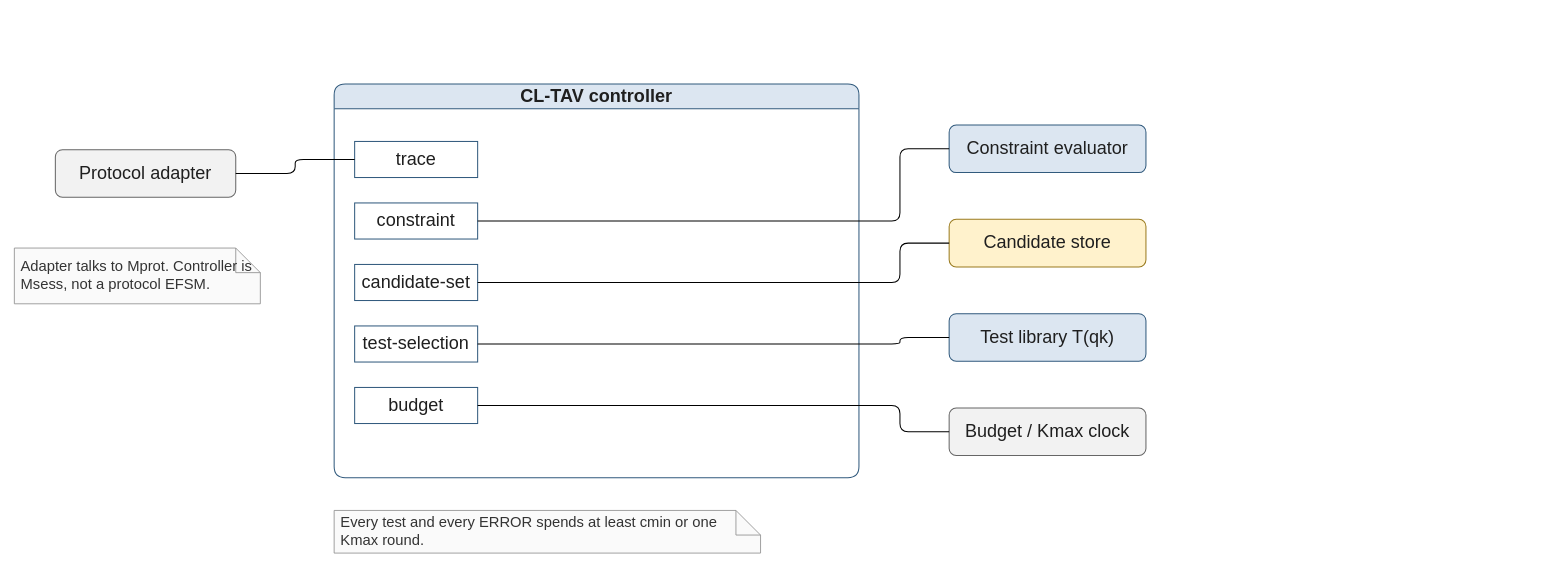
Before: docs/research/publication/models/drawio/FIG-CL-TAV-04-ibd.drawio in ZhangChi0727/arinc-615a-conformance, a draw.io diagram. Source tidied: cells renumbered, new cells numbered last; positions are measured from the earlier drawing's top-left corner, leaving out a move shared by most shapes. Both pictures are drawn from the tidied source at 82%, with x=0, y=0 at pixel (14, 84).
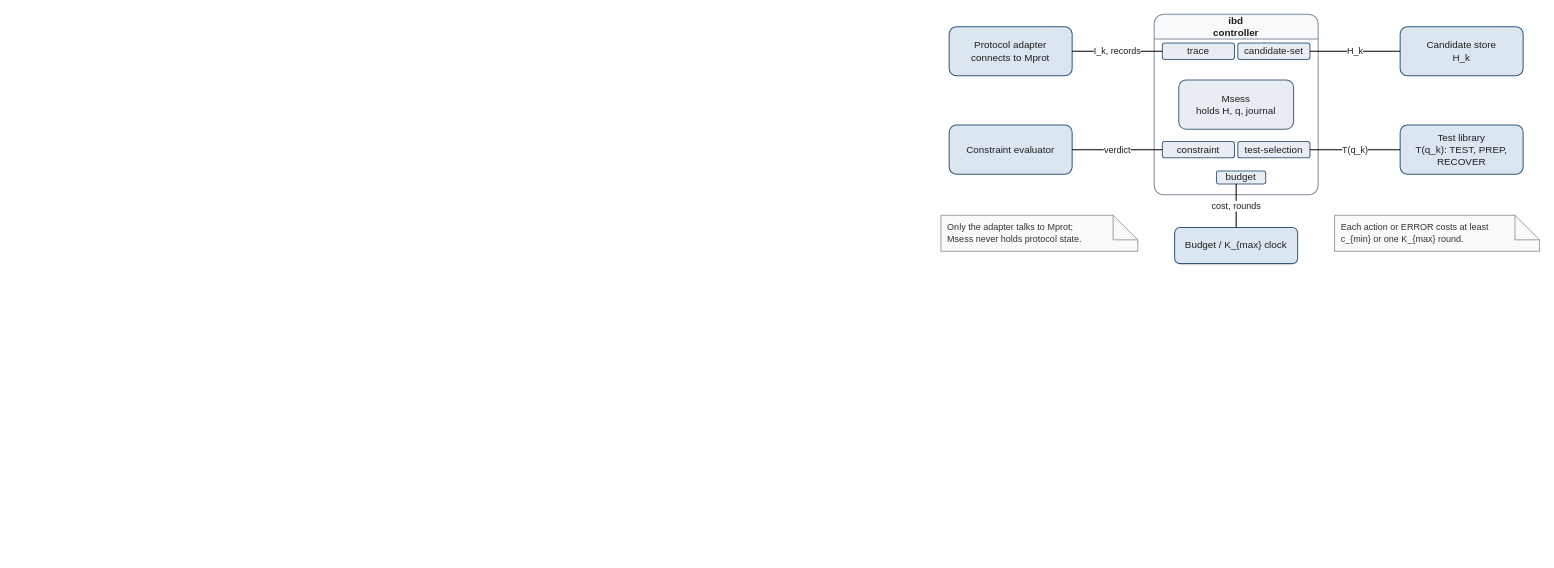
Above is the later version.

The edit, as a diff of the source:
```diff
@@
-    <mxCell id="2" value="CL-TAV controller" style="swimlane;horizontal=1;startSize=30;rounded=1;whiteSpace=wrap;html=1;fillColor=#DCE6F1;swimlaneFillColor=#FFFFFF;strokeColor=#315A7D;strokeWidth=1.25;fontFamily=Helvetica;fontSize=22;fontStyle=1;fontColor=#1F1F1F;shadow=0;glass=0;gradientColor=none;" parent="1" vertex="1">
-      <mxGeometry x="390" width="640" height="480" as="geometry" />
-    </mxCell>
+    <mxCell id="20" value="ibd&lt;br&gt;controller" style="swimlane;horizontal=1;startSize=30;rounded=1;whiteSpace=wrap;html=1;fillColor=#F7F9FB;swimlaneFillColor=#FFFFFF;strokeColor=#7F8C99;strokeWidth=1.25;fontFamily=Helvetica;fontSize=12;fontStyle=1;fontColor=#1F1F1F;shadow=0;glass=0;gradientColor=none;" parent="1" vertex="1">
+      <mxGeometry x="1390" y="-85" width="200" height="220" as="geometry" />
+    </mxCell>
+    <mxCell id="21" value="Msess&lt;br&gt;holds H, q, journal" style="rounded=1;whiteSpace=wrap;html=1;fillColor=#E8EDF3;strokeColor=#486581;strokeWidth=1.25;fontFamily=Helvetica;fontSize=12;fontColor=#1F1F1F;align=center;verticalAlign=middle;spacing=6;shadow=0;glass=0;gradientColor=none;" parent="20" vertex="1">
+      <mxGeometry x="30" y="80" width="140" height="60" as="geometry" />
+    </mxCell>
-    <mxCell id="3" value="trace" style="rounded=0;whiteSpace=wrap;html=1;fillColor=#FFFFFF;strokeColor=#315A7D;strokeWidth=1.25;fontFamily=Helvetica;fontSize=22;fontColor=#1F1F1F;align=center;verticalAlign=middle;spacing=6;shadow=0;glass=0;gradientColor=none;" parent="2" vertex="1">
-      <mxGeometry x="25" y="70" width="150" height="44" as="geometry" />
+    <mxCell id="3" value="trace" style="rounded=1;whiteSpace=wrap;html=1;fillColor=#E8EDF3;strokeColor=#486581;strokeWidth=1.25;fontFamily=Helvetica;fontSize=12;fontColor=#1F1F1F;align=center;verticalAlign=middle;spacing=6;shadow=0;glass=0;gradientColor=none;" parent="20" vertex="1">
+      <mxGeometry x="10" y="35" width="88" height="20" as="geometry" />
     </mxCell>
-    <mxCell id="4" value="constraint" style="rounded=0;whiteSpace=wrap;html=1;fillColor=#FFFFFF;strokeColor=#315A7D;strokeWidth=1.25;fontFamily=Helvetica;fontSize=22;fontColor=#1F1F1F;align=center;verticalAlign=middle;spacing=6;shadow=0;glass=0;gradientColor=none;" parent="2" vertex="1">
-      <mxGeometry x="25" y="145" width="150" height="44" as="geometry" />
+    <mxCell id="4" value="constraint" style="rounded=1;whiteSpace=wrap;html=1;fillColor=#E8EDF3;strokeColor=#486581;strokeWidth=1.25;fontFamily=Helvetica;fontSize=12;fontColor=#1F1F1F;align=center;verticalAlign=middle;spacing=6;shadow=0;glass=0;gradientColor=none;" parent="20" vertex="1">
+      <mxGeometry x="10" y="155" width="88" height="20" as="geometry" />
     </mxCell>
-    <mxCell id="5" value="candidate-set" style="rounded=0;whiteSpace=wrap;html=1;fillColor=#FFFFFF;strokeColor=#315A7D;strokeWidth=1.25;fontFamily=Helvetica;fontSize=22;fontColor=#1F1F1F;align=center;verticalAlign=middle;spacing=6;shadow=0;glass=0;gradientColor=none;" parent="2" vertex="1">
-      <mxGeometry x="25" y="220" width="150" height="44" as="geometry" />
+    <mxCell id="5" value="candidate-set" style="rounded=1;whiteSpace=wrap;html=1;fillColor=#E8EDF3;strokeColor=#486581;strokeWidth=1.25;fontFamily=Helvetica;fontSize=12;fontColor=#1F1F1F;align=center;verticalAlign=middle;spacing=6;shadow=0;glass=0;gradientColor=none;" parent="20" vertex="1">
+      <mxGeometry x="102" y="35" width="88" height="20" as="geometry" />
     </mxCell>
-    <mxCell id="6" value="test-selection" style="rounded=0;whiteSpace=wrap;html=1;fillColor=#FFFFFF;strokeColor=#315A7D;strokeWidth=1.25;fontFamily=Helvetica;fontSize=22;fontColor=#1F1F1F;align=center;verticalAlign=middle;spacing=6;shadow=0;glass=0;gradientColor=none;" parent="2" vertex="1">
-      <mxGeometry x="25" y="295" width="150" height="44" as="geometry" />
+    <mxCell id="6" value="test-selection" style="rounded=1;whiteSpace=wrap;html=1;fillColor=#E8EDF3;strokeColor=#486581;strokeWidth=1.25;fontFamily=Helvetica;fontSize=12;fontColor=#1F1F1F;align=center;verticalAlign=middle;spacing=6;shadow=0;glass=0;gradientColor=none;" parent="20" vertex="1">
+      <mxGeometry x="102" y="155" width="88" height="20" as="geometry" />
     </mxCell>
-    <mxCell id="7" value="budget" style="rounded=0;whiteSpace=wrap;html=1;fillColor=#FFFFFF;strokeColor=#315A7D;strokeWidth=1.25;fontFamily=Helvetica;fontSize=22;fontColor=#1F1F1F;align=center;verticalAlign=middle;spacing=6;shadow=0;glass=0;gradientColor=none;" parent="2" vertex="1">
-      <mxGeometry x="25" y="370" width="150" height="44" as="geometry" />
+    <mxCell id="7" value="budget" style="rounded=1;whiteSpace=wrap;html=1;fillColor=#E8EDF3;strokeColor=#486581;strokeWidth=1.25;fontFamily=Helvetica;fontSize=12;fontColor=#1F1F1F;align=center;verticalAlign=middle;spacing=6;shadow=0;glass=0;gradientColor=none;" parent="20" vertex="1">
+      <mxGeometry x="76" y="191" width="60" height="16" as="geometry" />
     </mxCell>
-    <mxCell id="8" value="Protocol adapter" style="rounded=1;whiteSpace=wrap;html=1;fillColor=#F2F2F2;strokeColor=#666666;strokeWidth=1.25;fontFamily=Helvetica;fontSize=22;fontColor=#1F1F1F;align=center;verticalAlign=middle;spacing=6;shadow=0;glass=0;gradientColor=none;" parent="1" vertex="1">
-      <mxGeometry x="50" y="80" width="220" height="58" as="geometry" />
-    </mxCell>
+    <mxCell id="22" value="Protocol adapter&lt;br&gt;connects to Mprot" style="rounded=1;whiteSpace=wrap;html=1;fillColor=#DCE6F1;strokeColor=#315A7D;strokeWidth=1.25;fontFamily=Helvetica;fontSize=12;fontColor=#1F1F1F;align=center;verticalAlign=middle;spacing=6;shadow=0;glass=0;gradientColor=none;" parent="1" vertex="1">
+      <mxGeometry x="1140" y="-70" width="150" height="60" as="geometry" />
+    </mxCell>
-    <mxCell id="9" value="Constraint evaluator" style="rounded=1;whiteSpace=wrap;html=1;fillColor=#DCE6F1;strokeColor=#315A7D;strokeWidth=1.25;fontFamily=Helvetica;fontSize=22;fontColor=#1F1F1F;align=center;verticalAlign=middle;spacing=6;shadow=0;glass=0;gradientColor=none;" parent="1" vertex="1">
-      <mxGeometry x="1140" y="50" width="240" height="58" as="geometry" />
+    <mxCell id="9" value="Constraint evaluator" style="rounded=1;whiteSpace=wrap;html=1;fillColor=#DCE6F1;strokeColor=#315A7D;strokeWidth=1.25;fontFamily=Helvetica;fontSize=12;fontColor=#1F1F1F;align=center;verticalAlign=middle;spacing=6;shadow=0;glass=0;gradientColor=none;" parent="1" vertex="1">
+      <mxGeometry x="1140" y="50" width="150" height="60" as="geometry" />
     </mxCell>
-    <mxCell id="10" value="Candidate store" style="rounded=1;whiteSpace=wrap;html=1;fillColor=#FFF2CC;strokeColor=#9A7B1F;strokeWidth=1.25;fontFamily=Helvetica;fontSize=22;fontColor=#1F1F1F;align=center;verticalAlign=middle;spacing=6;shadow=0;glass=0;gradientColor=none;" parent="1" vertex="1">
-      <mxGeometry x="1140" y="165" width="240" height="58" as="geometry" />
-    </mxCell>
-    <mxCell id="11" value="Test library T(qk)" style="rounded=1;whiteSpace=wrap;html=1;fillColor=#DCE6F1;strokeColor=#315A7D;strokeWidth=1.25;fontFamily=Helvetica;fontSize=22;fontColor=#1F1F1F;align=center;verticalAlign=middle;spacing=6;shadow=0;glass=0;gradientColor=none;" parent="1" vertex="1">
-      <mxGeometry x="1140" y="280" width="240" height="58" as="geometry" />
-    </mxCell>
-    <mxCell id="12" value="Budget / Kmax clock" style="rounded=1;whiteSpace=wrap;html=1;fillColor=#F2F2F2;strokeColor=#666666;strokeWidth=1.25;fontFamily=Helvetica;fontSize=22;fontColor=#1F1F1F;align=center;verticalAlign=middle;spacing=6;shadow=0;glass=0;gradientColor=none;" parent="1" vertex="1">
-      <mxGeometry x="1140" y="395" width="240" height="58" as="geometry" />
-    </mxCell>
-    <mxCell id="13" value="Every test and every ERROR spends at least cmin or one Kmax round." style="shape=note;whiteSpace=wrap;html=1;fillColor=#FAFAFA;strokeColor=#8C8C8C;strokeWidth=1;fontFamily=Helvetica;fontSize=18;fontColor=#333333;align=left;verticalAlign=middle;spacing=8;shadow=0;glass=0;gradientColor=none;" parent="1" vertex="1">
-      <mxGeometry x="390" y="520" width="520" height="52" as="geometry" />
-    </mxCell>
-    <mxCell id="14" value="Adapter talks to Mprot. Controller is Msess, not a protocol EFSM." style="shape=note;whiteSpace=wrap;html=1;fillColor=#FAFAFA;strokeColor=#8C8C8C;strokeWidth=1;fontFamily=Helvetica;fontSize=18;fontColor=#333333;align=left;verticalAlign=middle;spacing=8;shadow=0;glass=0;gradientColor=none;" parent="1" vertex="1">
-      <mxGeometry y="200" width="300" height="68" as="geometry" />
-    </mxCell>
-    <mxCell id="15" style="edgeStyle=orthogonalEdgeStyle;rounded=1;jettySize=auto;html=1;strokeWidth=1.25;fontFamily=Helvetica;fontSize=18;fontColor=#1F1F1F;labelBackgroundColor=#FFFFFF;endArrow=none;exitX=1;exitY=0.5;entryX=0;entryY=0.5;exitDx=0;exitDy=0;exitPerimeter=1;entryDx=0;entryDy=0;entryPerimeter=1;" parent="1" edge="1" source="8" target="3">
-      <mxGeometry relative="1" as="geometry" />
-    </mxCell>
+    <mxCell id="23" value="Candidate store&lt;br&gt;H_k" style="rounded=1;whiteSpace=wrap;html=1;fillColor=#DCE6F1;strokeColor=#315A7D;strokeWidth=1.25;fontFamily=Helvetica;fontSize=12;fontColor=#1F1F1F;align=center;verticalAlign=middle;spacing=6;shadow=0;glass=0;gradientColor=none;" parent="1" vertex="1">
+      <mxGeometry x="1690" y="-70" width="150" height="60" as="geometry" />
+    </mxCell>
+    <mxCell id="24" value="Test library&lt;br&gt;T(q_k): TEST, PREP,&lt;br&gt;RECOVER" style="rounded=1;whiteSpace=wrap;html=1;fillColor=#DCE6F1;strokeColor=#315A7D;strokeWidth=1.25;fontFamily=Helvetica;fontSize=12;fontColor=#1F1F1F;align=center;verticalAlign=middle;spacing=6;shadow=0;glass=0;gradientColor=none;" parent="1" vertex="1">
+      <mxGeometry x="1690" y="50" width="150" height="60" as="geometry" />
+    </mxCell>
+    <mxCell id="25" value="Budget / K_{max} clock" style="rounded=1;whiteSpace=wrap;html=1;fillColor=#DCE6F1;strokeColor=#315A7D;strokeWidth=1.25;fontFamily=Helvetica;fontSize=12;fontColor=#1F1F1F;align=center;verticalAlign=middle;spacing=6;shadow=0;glass=0;gradientColor=none;" parent="1" vertex="1">
+      <mxGeometry x="1415" y="175" width="150" height="44" as="geometry" />
+    </mxCell>
+    <mxCell id="26" value="Only the adapter talks to Mprot;&lt;br&gt;Msess never holds protocol state." style="shape=note;whiteSpace=wrap;html=1;fillColor=#FAFAFA;strokeColor=#8C8C8C;strokeWidth=1;fontFamily=Helvetica;fontSize=11;fontColor=#333333;align=left;verticalAlign=middle;spacing=8;shadow=0;glass=0;gradientColor=none;" parent="1" vertex="1">
+      <mxGeometry x="1130" y="160" width="240" height="44" as="geometry" />
+    </mxCell>
+    <mxCell id="27" value="Each action or ERROR costs at least&lt;br&gt;c_{min} or one K_{max} round." style="shape=note;whiteSpace=wrap;html=1;fillColor=#FAFAFA;strokeColor=#8C8C8C;strokeWidth=1;fontFamily=Helvetica;fontSize=11;fontColor=#333333;align=left;verticalAlign=middle;spacing=8;shadow=0;glass=0;gradientColor=none;" parent="1" vertex="1">
+      <mxGeometry x="1610" y="160" width="250" height="44" as="geometry" />
+    </mxCell>
+    <mxCell id="28" value="I_k, records" style="edgeStyle=orthogonalEdgeStyle;rounded=1;jettySize=auto;html=1;strokeWidth=1.25;fontFamily=Helvetica;fontSize=11;fontColor=#1F1F1F;labelBackgroundColor=#FFFFFF;endArrow=none;exitX=1;exitY=0.5;entryX=0;entryY=0.5;exitDx=0;exitDy=0;exitPerimeter=1;entryDx=0;entryDy=0;entryPerimeter=1;" parent="1" edge="1" source="22" target="3">
+      <mxGeometry relative="1" as="geometry" />
+    </mxCell>
-    <mxCell id="16" style="edgeStyle=orthogonalEdgeStyle;rounded=1;jettySize=auto;html=1;strokeWidth=1.25;fontFamily=Helvetica;fontSize=18;fontColor=#1F1F1F;labelBackgroundColor=#FFFFFF;endArrow=none;exitX=0;exitY=0.5;entryX=1;entryY=0.5;exitDx=0;exitDy=0;exitPerimeter=1;entryDx=0;entryDy=0;entryPerimeter=1;" parent="1" edge="1" source="9" target="4">
-      <mxGeometry relative="1" as="geometry">
-        <Array as="points">
-          <mxPoint x="1080" y="79" />
-          <mxPoint x="1080" y="167" />
-          <mxPoint x="610" y="167" />
-        </Array>
-      </mxGeometry>
+    <mxCell id="16" value="verdict" style="edgeStyle=orthogonalEdgeStyle;rounded=1;jettySize=auto;html=1;strokeWidth=1.25;fontFamily=Helvetica;fontSize=11;fontColor=#1F1F1F;labelBackgroundColor=#FFFFFF;endArrow=none;exitX=1;exitY=0.5;entryX=0;entryY=0.5;exitDx=0;exitDy=0;exitPerimeter=1;entryDx=0;entryDy=0;entryPerimeter=1;" parent="1" edge="1" source="9" target="4">
+      <mxGeometry relative="1" as="geometry" />
     </mxCell>
-    <mxCell id="17" style="edgeStyle=orthogonalEdgeStyle;rounded=1;jettySize=auto;html=1;strokeWidth=1.25;fontFamily=Helvetica;fontSize=18;fontColor=#1F1F1F;labelBackgroundColor=#FFFFFF;endArrow=none;exitX=0;exitY=0.5;entryX=1;entryY=0.5;exitDx=0;exitDy=0;exitPerimeter=1;entryDx=0;entryDy=0;entryPerimeter=1;" parent="1" edge="1" source="10" target="5">
-      <mxGeometry relative="1" as="geometry">
-        <Array as="points">
-          <mxPoint x="1080" y="194" />
-          <mxPoint x="1080" y="242" />
-          <mxPoint x="610" y="242" />
-        </Array>
-      </mxGeometry>
-    </mxCell>
-    <mxCell id="18" style="edgeStyle=orthogonalEdgeStyle;rounded=1;jettySize=auto;html=1;strokeWidth=1.25;fontFamily=Helvetica;fontSize=18;fontColor=#1F1F1F;labelBackgroundColor=#FFFFFF;endArrow=none;exitX=0;exitY=0.5;entryX=1;entryY=0.5;exitDx=0;exitDy=0;exitPerimeter=1;entryDx=0;entryDy=0;entryPerimeter=1;" parent="1" edge="1" source="11" target="6">
-      <mxGeometry relative="1" as="geometry">
-        <Array as="points">
-          <mxPoint x="1080" y="309" />
-          <mxPoint x="1080" y="317" />
-          <mxPoint x="610" y="317" />
-        </Array>
-      </mxGeometry>
-    </mxCell>
-    <mxCell id="19" style="edgeStyle=orthogonalEdgeStyle;rounded=1;jettySize=auto;html=1;strokeWidth=1.25;fontFamily=Helvetica;fontSize=18;fontColor=#1F1F1F;labelBackgroundColor=#FFFFFF;endArrow=none;exitX=0;exitY=0.5;entryX=1;entryY=0.5;exitDx=0;exitDy=0;exitPerimeter=1;entryDx=0;entryDy=0;entryPerimeter=1;" parent="1" edge="1" source="12" target="7">
-      <mxGeometry relative="1" as="geometry">
-        <Array as="points">
-          <mxPoint x="1080" y="424" />
-          <mxPoint x="1080" y="392" />
-          <mxPoint x="610" y="392" />
-        </Array>
-      </mxGeometry>
-    </mxCell>
+    <mxCell id="29" value="H_k" style="edgeStyle=orthogonalEdgeStyle;rounded=1;jettySize=auto;html=1;strokeWidth=1.25;fontFamily=Helvetica;fontSize=11;fontColor=#1F1F1F;labelBackgroundColor=#FFFFFF;endArrow=none;exitX=1;exitY=0.5;entryX=0;entryY=0.5;exitDx=0;exitDy=0;exitPerimeter=1;entryDx=0;entryDy=0;entryPerimeter=1;" parent="1" edge="1" source="5" target="23">
+      <mxGeometry relative="1" as="geometry" />
+    </mxCell>
+    <mxCell id="30" value="T(q_k)" style="edgeStyle=orthogonalEdgeStyle;rounded=1;jettySize=auto;html=1;strokeWidth=1.25;fontFamily=Helvetica;fontSize=11;fontColor=#1F1F1F;labelBackgroundColor=#FFFFFF;endArrow=none;exitX=1;exitY=0.5;entryX=0;entryY=0.5;exitDx=0;exitDy=0;exitPerimeter=1;entryDx=0;entryDy=0;entryPerimeter=1;" parent="1" edge="1" source="6" target="24">
+      <mxGeometry relative="1" as="geometry" />
+    </mxCell>
+    <mxCell id="31" value="cost, rounds" style="edgeStyle=orthogonalEdgeStyle;rounded=1;jettySize=auto;html=1;strokeWidth=1.25;fontFamily=Helvetica;fontSize=11;fontColor=#1F1F1F;labelBackgroundColor=#FFFFFF;endArrow=none;exitX=0.4;exitY=1;entryX=0.5;entryY=0;exitDx=0;exitDy=0;exitPerimeter=1;entryDx=0;entryDy=0;entryPerimeter=1;" parent="1" edge="1" source="7" target="25">
+      <mxGeometry relative="1" as="geometry" />
+    </mxCell>
```
